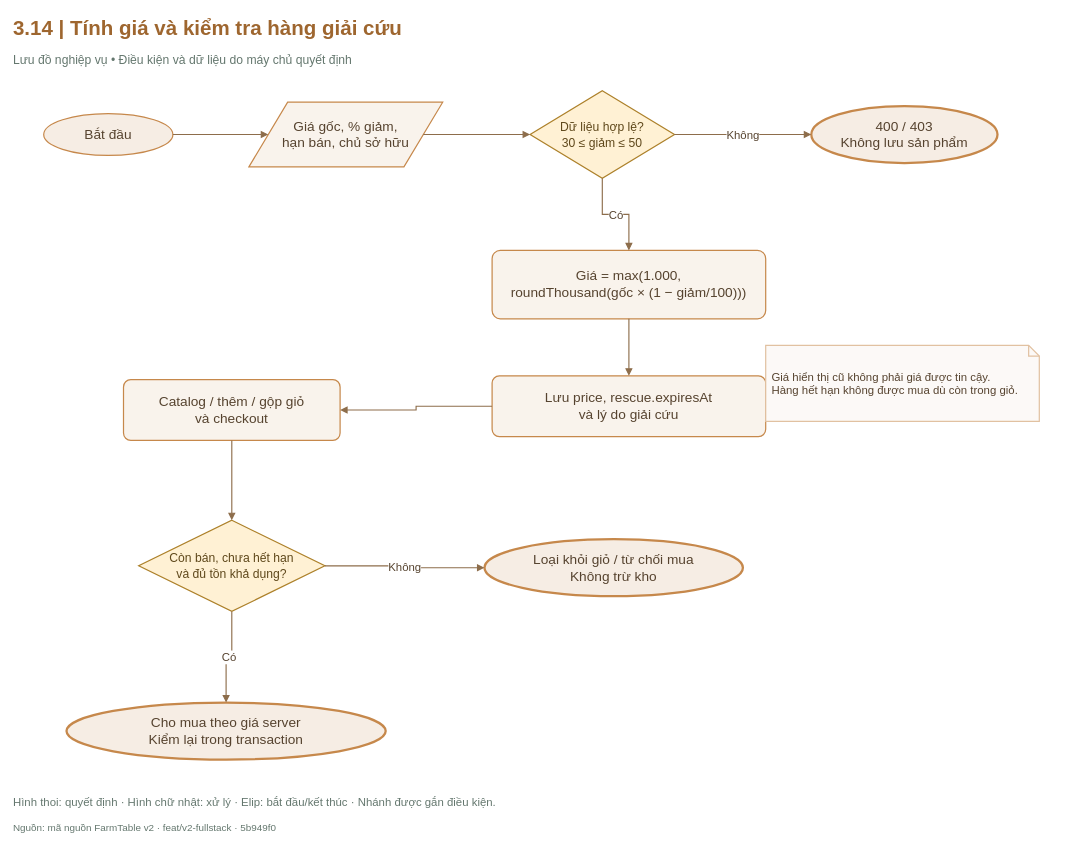
hathu1272006-eng/PTWnangcao keeps this draw.io diagram as FarmTable_Chuong3/So_do_BA/drawio/Hinh_3_14.drawio. Above is the earlier version. Source tidied: cells renumbered, new cells numbered last; positions are measured from the earlier drawing's top-left corner, leaving out a move shared by most shapes. Both pictures are drawn from the tidied source at 76%, with x=0, y=0 at pixel (13, 13).
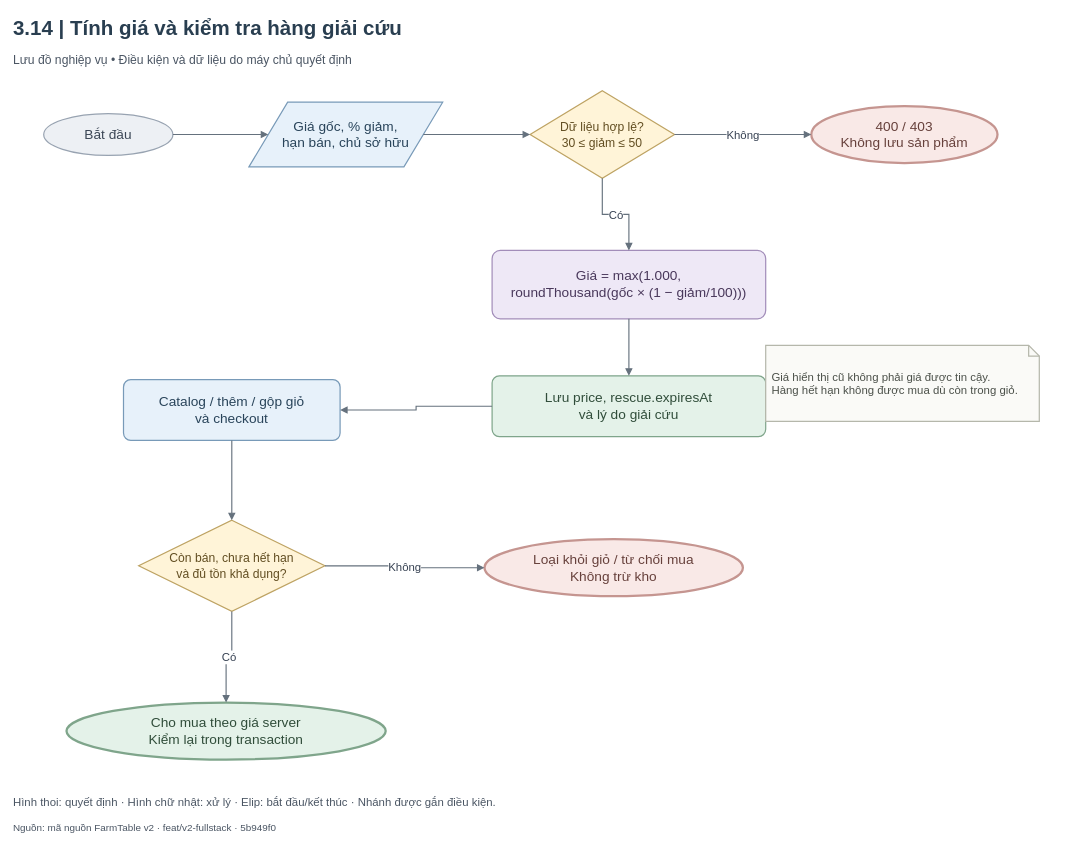
Above is the later version.

The edit, as a diff of the source:
```diff
@@
-    <mxCell id="2" value="3.14  |  Tính giá và kiểm tra hàng giải cứu" style="html=1;whiteSpace=wrap;fontFamily=Arial;fontSize=18;strokeColor=#245C47;strokeWidth=1.6;fillColor=#FFFFFF;spacing=8;text;strokeColor=none;fillColor=none;align=left;verticalAlign=middle;fontSize=27;fontStyle=1;spacing=0;fontColor=#9E662F;" parent="1" vertex="1">
+    <mxCell id="2" value="3.14  |  Tính giá và kiểm tra hàng giải cứu" style="html=1;whiteSpace=wrap;fontFamily=Arial;fontSize=18;strokeColor=#245C47;strokeWidth=1.6;fillColor=#FFFFFF;spacing=8;text;strokeColor=none;fillColor=none;align=left;verticalAlign=middle;fontSize=27;fontStyle=1;spacing=0;fontColor=#293E50;" parent="1" vertex="1">
       <mxGeometry width="1390" height="40" as="geometry" />
     </mxCell>
-    <mxCell id="3" value="Lưu đồ nghiệp vụ  •  Điều kiện và dữ liệu do máy chủ quyết định" style="html=1;whiteSpace=wrap;fontFamily=Arial;fontSize=18;fontColor=#243B32;strokeColor=#245C47;strokeWidth=1.6;fillColor=#FFFFFF;spacing=8;text;strokeColor=none;fillColor=none;align=left;verticalAlign=middle;fontSize=16;fontStyle=0;fontColor=#64776E;spacing=0;" parent="1" vertex="1">
+    <mxCell id="3" value="Lưu đồ nghiệp vụ  •  Điều kiện và dữ liệu do máy chủ quyết định" style="html=1;whiteSpace=wrap;fontFamily=Arial;fontSize=18;strokeColor=#245C47;strokeWidth=1.6;fillColor=#FFFFFF;spacing=8;text;strokeColor=none;fillColor=none;align=left;verticalAlign=middle;fontSize=16;fontStyle=0;spacing=0;fontColor=#4A5563;" parent="1" vertex="1">
       <mxGeometry y="47" width="1390" height="28" as="geometry" />
     </mxCell>
-    <mxCell id="4" value="Bắt đầu" style="html=1;whiteSpace=wrap;fontFamily=Arial;fontSize=18;strokeWidth=1.6;spacing=8;ellipse;fillColor=#F6EDE4;strokeColor=#C6884B;fontColor=#56432F;" parent="1" vertex="1">
+    <mxCell id="4" value="Bắt đầu" style="html=1;whiteSpace=wrap;fontFamily=Arial;fontSize=18;strokeWidth=1.6;spacing=8;ellipse;fillColor=#EDF0F4;strokeColor=#98A3B1;fontColor=#3B4655;" parent="1" vertex="1">
       <mxGeometry x="40" y="132" width="170" height="55" as="geometry" />
     </mxCell>
-    <mxCell id="5" value="Giá gốc, % giảm,&lt;br/&gt;hạn bán, chủ sở hữu" style="html=1;whiteSpace=wrap;fontFamily=Arial;fontSize=18;strokeWidth=1.6;spacing=8;shape=parallelogram;perimeter=parallelogramPerimeter;fillColor=#F9F3EC;strokeColor=#C6884B;fontColor=#56432F;" parent="1" vertex="1">
+    <mxCell id="5" value="Giá gốc, % giảm,&lt;br/&gt;hạn bán, chủ sở hữu" style="html=1;whiteSpace=wrap;fontFamily=Arial;fontSize=18;strokeWidth=1.6;spacing=8;shape=parallelogram;perimeter=parallelogramPerimeter;fillColor=#E7F1FA;strokeColor=#789AB8;fontColor=#29445A;" parent="1" vertex="1">
       <mxGeometry x="310" y="117" width="255" height="85" as="geometry" />
     </mxCell>
-    <mxCell id="6" value="Dữ liệu hợp lệ?&lt;br/&gt;30 ≤ giảm ≤ 50" style="html=1;whiteSpace=wrap;fontFamily=Arial;fontSize=18;strokeWidth=1.6;spacing=8;rhombus;fontSize=16;spacing=3;fillColor=#FFF1D4;strokeColor=#AD812A;fontColor=#5F481B;" parent="1" vertex="1">
+    <mxCell id="6" value="Dữ liệu hợp lệ?&lt;br/&gt;30 ≤ giảm ≤ 50" style="html=1;whiteSpace=wrap;fontFamily=Arial;fontSize=18;strokeWidth=1.6;spacing=8;rhombus;fontSize=16;spacing=3;fillColor=#FFF4D8;strokeColor=#BEA363;fontColor=#624E22;" parent="1" vertex="1">
       <mxGeometry x="680" y="102" width="190" height="115" as="geometry" />
     </mxCell>
-    <mxCell id="7" value="400 / 403&lt;br/&gt;Không lưu sản phẩm" style="html=1;whiteSpace=wrap;fontFamily=Arial;fontSize=18;strokeWidth=1.6;spacing=8;ellipse;strokeWidth=3;fillColor=#F6EDE4;strokeColor=#C6884B;fontColor=#56432F;" parent="1" vertex="1">
+    <mxCell id="7" value="400 / 403&lt;br/&gt;Không lưu sản phẩm" style="html=1;whiteSpace=wrap;fontFamily=Arial;fontSize=18;strokeWidth=1.6;spacing=8;ellipse;strokeWidth=3;fillColor=#F9E9E7;strokeColor=#C59590;fontColor=#67413C;" parent="1" vertex="1">
       <mxGeometry x="1050" y="122" width="245" height="75" as="geometry" />
     </mxCell>
-    <mxCell id="8" value="Giá = max(1.000,&lt;br/&gt;roundThousand(gốc × (1 − giảm/100)))" style="html=1;whiteSpace=wrap;fontFamily=Arial;fontSize=18;strokeWidth=1.6;spacing=8;rounded=1;arcSize=12;fillColor=#F9F3EC;strokeColor=#C6884B;fontColor=#56432F;" parent="1" vertex="1">
+    <mxCell id="8" value="Giá = max(1.000,&lt;br/&gt;roundThousand(gốc × (1 − giảm/100)))" style="html=1;whiteSpace=wrap;fontFamily=Arial;fontSize=18;strokeWidth=1.6;spacing=8;rounded=1;arcSize=12;fillColor=#EEE8F6;strokeColor=#A28DB9;fontColor=#49385B;" parent="1" vertex="1">
       <mxGeometry x="630" y="312" width="360" height="90" as="geometry" />
     </mxCell>
-    <mxCell id="9" value="Lưu price, rescue.expiresAt&lt;br/&gt;và lý do giải cứu" style="html=1;whiteSpace=wrap;fontFamily=Arial;fontSize=18;strokeWidth=1.6;spacing=8;rounded=1;arcSize=12;fillColor=#F9F3EC;strokeColor=#C6884B;fontColor=#56432F;" parent="1" vertex="1">
+    <mxCell id="9" value="Lưu price, rescue.expiresAt&lt;br/&gt;và lý do giải cứu" style="html=1;whiteSpace=wrap;fontFamily=Arial;fontSize=18;strokeWidth=1.6;spacing=8;rounded=1;arcSize=12;fillColor=#E4F2E9;strokeColor=#7FA58B;fontColor=#304D3A;" parent="1" vertex="1">
       <mxGeometry x="630" y="477" width="360" height="80" as="geometry" />
     </mxCell>
-    <mxCell id="10" value="Catalog / thêm / gộp giỏ&lt;br/&gt;và checkout" style="html=1;whiteSpace=wrap;fontFamily=Arial;fontSize=18;strokeWidth=1.6;spacing=8;rounded=1;arcSize=12;fillColor=#F9F3EC;strokeColor=#C6884B;fontColor=#56432F;" parent="1" vertex="1">
+    <mxCell id="10" value="Catalog / thêm / gộp giỏ&lt;br/&gt;và checkout" style="html=1;whiteSpace=wrap;fontFamily=Arial;fontSize=18;strokeWidth=1.6;spacing=8;rounded=1;arcSize=12;fillColor=#E7F1FA;strokeColor=#789AB8;fontColor=#29445A;" parent="1" vertex="1">
       <mxGeometry x="145" y="482" width="285" height="80" as="geometry" />
     </mxCell>
-    <mxCell id="11" value="Còn bán, chưa hết hạn&lt;br/&gt;và đủ tồn khả dụng?" style="html=1;whiteSpace=wrap;fontFamily=Arial;fontSize=18;strokeWidth=1.6;spacing=8;rhombus;fontSize=16;spacing=3;fillColor=#FFF1D4;strokeColor=#AD812A;fontColor=#5F481B;" parent="1" vertex="1">
+    <mxCell id="11" value="Còn bán, chưa hết hạn&lt;br/&gt;và đủ tồn khả dụng?" style="html=1;whiteSpace=wrap;fontFamily=Arial;fontSize=18;strokeWidth=1.6;spacing=8;rhombus;fontSize=16;spacing=3;fillColor=#FFF4D8;strokeColor=#BEA363;fontColor=#624E22;" parent="1" vertex="1">
       <mxGeometry x="165" y="667" width="245" height="120" as="geometry" />
     </mxCell>
-    <mxCell id="12" value="Loại khỏi giỏ / từ chối mua&lt;br/&gt;Không trừ kho" style="html=1;whiteSpace=wrap;fontFamily=Arial;fontSize=18;strokeWidth=1.6;spacing=8;ellipse;strokeWidth=3;fillColor=#F6EDE4;strokeColor=#C6884B;fontColor=#56432F;" parent="1" vertex="1">
+    <mxCell id="12" value="Loại khỏi giỏ / từ chối mua&lt;br/&gt;Không trừ kho" style="html=1;whiteSpace=wrap;fontFamily=Arial;fontSize=18;strokeWidth=1.6;spacing=8;ellipse;strokeWidth=3;fillColor=#F9E9E7;strokeColor=#C59590;fontColor=#67413C;" parent="1" vertex="1">
       <mxGeometry x="620" y="692" width="340" height="75" as="geometry" />
     </mxCell>
-    <mxCell id="13" value="Cho mua theo giá server&lt;br/&gt;Kiểm lại trong transaction" style="html=1;whiteSpace=wrap;fontFamily=Arial;fontSize=18;strokeWidth=1.6;spacing=8;ellipse;strokeWidth=3;fillColor=#F6EDE4;strokeColor=#C6884B;fontColor=#56432F;" parent="1" vertex="1">
+    <mxCell id="13" value="Cho mua theo giá server&lt;br/&gt;Kiểm lại trong transaction" style="html=1;whiteSpace=wrap;fontFamily=Arial;fontSize=18;strokeWidth=1.6;spacing=8;ellipse;strokeWidth=3;fillColor=#E4F2E9;strokeColor=#7FA58B;fontColor=#304D3A;" parent="1" vertex="1">
       <mxGeometry x="70" y="907" width="420" height="75" as="geometry" />
     </mxCell>
-    <mxCell id="14" style="edgeStyle=orthogonalEdgeStyle;rounded=0;jettySize=20;html=1;fontFamily=Arial;fontSize=15;labelBackgroundColor=#FFFFFF;strokeWidth=1.5;endArrow=block;endFill=1;exitX=1;exitY=0.5;entryX=0;entryY=0.5;exitDx=0;exitDy=0;entryDx=0;entryDy=0;strokeColor=#8D6D4B;fontColor=#56432F;" parent="1" edge="1" source="4" target="5">
+    <mxCell id="14" style="edgeStyle=orthogonalEdgeStyle;rounded=0;jettySize=20;html=1;fontFamily=Arial;fontSize=15;labelBackgroundColor=#FFFFFF;strokeWidth=1.5;endArrow=block;endFill=1;exitX=1;exitY=0.5;entryX=0;entryY=0.5;exitDx=0;exitDy=0;entryDx=0;entryDy=0;strokeColor=#65717D;fontColor=#364152;" parent="1" edge="1" source="4" target="5">
       <mxGeometry relative="1" as="geometry" />
     </mxCell>
-    <mxCell id="15" style="edgeStyle=orthogonalEdgeStyle;rounded=0;jettySize=20;html=1;fontFamily=Arial;fontSize=15;labelBackgroundColor=#FFFFFF;strokeWidth=1.5;endArrow=block;endFill=1;exitX=1;exitY=0.5;entryX=0;entryY=0.5;exitDx=0;exitDy=0;entryDx=0;entryDy=0;strokeColor=#8D6D4B;fontColor=#56432F;" parent="1" edge="1" source="5" target="6">
+    <mxCell id="15" style="edgeStyle=orthogonalEdgeStyle;rounded=0;jettySize=20;html=1;fontFamily=Arial;fontSize=15;labelBackgroundColor=#FFFFFF;strokeWidth=1.5;endArrow=block;endFill=1;exitX=1;exitY=0.5;entryX=0;entryY=0.5;exitDx=0;exitDy=0;entryDx=0;entryDy=0;strokeColor=#65717D;fontColor=#364152;" parent="1" edge="1" source="5" target="6">
       <mxGeometry relative="1" as="geometry" />
     </mxCell>
-    <mxCell id="16" value="Không" style="edgeStyle=orthogonalEdgeStyle;rounded=0;jettySize=20;html=1;fontFamily=Arial;fontSize=15;labelBackgroundColor=#FFFFFF;strokeWidth=1.5;endArrow=block;endFill=1;exitX=1;exitY=0.5;entryX=0;entryY=0.5;exitDx=0;exitDy=0;entryDx=0;entryDy=0;strokeColor=#8D6D4B;fontColor=#56432F;" parent="1" edge="1" source="6" target="7">
+    <mxCell id="16" value="Không" style="edgeStyle=orthogonalEdgeStyle;rounded=0;jettySize=20;html=1;fontFamily=Arial;fontSize=15;labelBackgroundColor=#FFFFFF;strokeWidth=1.5;endArrow=block;endFill=1;exitX=1;exitY=0.5;entryX=0;entryY=0.5;exitDx=0;exitDy=0;entryDx=0;entryDy=0;strokeColor=#65717D;fontColor=#364152;" parent="1" edge="1" source="6" target="7">
       <mxGeometry relative="1" as="geometry" />
     </mxCell>
-    <mxCell id="17" value="Có" style="edgeStyle=orthogonalEdgeStyle;rounded=0;jettySize=20;html=1;fontFamily=Arial;fontSize=15;labelBackgroundColor=#FFFFFF;strokeWidth=1.5;endArrow=block;endFill=1;exitX=0.5;exitY=1;entryX=0.5;entryY=0;exitDx=0;exitDy=0;entryDx=0;entryDy=0;strokeColor=#8D6D4B;fontColor=#56432F;" parent="1" edge="1" source="6" target="8">
+    <mxCell id="17" value="Có" style="edgeStyle=orthogonalEdgeStyle;rounded=0;jettySize=20;html=1;fontFamily=Arial;fontSize=15;labelBackgroundColor=#FFFFFF;strokeWidth=1.5;endArrow=block;endFill=1;exitX=0.5;exitY=1;entryX=0.5;entryY=0;exitDx=0;exitDy=0;entryDx=0;entryDy=0;strokeColor=#65717D;fontColor=#364152;" parent="1" edge="1" source="6" target="8">
       <mxGeometry relative="1" as="geometry" />
     </mxCell>
-    <mxCell id="18" style="edgeStyle=orthogonalEdgeStyle;rounded=0;jettySize=20;html=1;fontFamily=Arial;fontSize=15;labelBackgroundColor=#FFFFFF;strokeWidth=1.5;endArrow=block;endFill=1;exitX=0.5;exitY=1;entryX=0.5;entryY=0;exitDx=0;exitDy=0;entryDx=0;entryDy=0;strokeColor=#8D6D4B;fontColor=#56432F;" parent="1" edge="1" source="8" target="9">
+    <mxCell id="18" style="edgeStyle=orthogonalEdgeStyle;rounded=0;jettySize=20;html=1;fontFamily=Arial;fontSize=15;labelBackgroundColor=#FFFFFF;strokeWidth=1.5;endArrow=block;endFill=1;exitX=0.5;exitY=1;entryX=0.5;entryY=0;exitDx=0;exitDy=0;entryDx=0;entryDy=0;strokeColor=#65717D;fontColor=#364152;" parent="1" edge="1" source="8" target="9">
       <mxGeometry relative="1" as="geometry" />
     </mxCell>
-    <mxCell id="19" style="edgeStyle=orthogonalEdgeStyle;rounded=0;jettySize=20;html=1;fontFamily=Arial;fontSize=15;labelBackgroundColor=#FFFFFF;strokeWidth=1.5;endArrow=block;endFill=1;exitX=0;exitY=0.5;entryX=1;entryY=0.5;exitDx=0;exitDy=0;entryDx=0;entryDy=0;strokeColor=#8D6D4B;fontColor=#56432F;" parent="1" edge="1" source="9" target="10">
+    <mxCell id="19" style="edgeStyle=orthogonalEdgeStyle;rounded=0;jettySize=20;html=1;fontFamily=Arial;fontSize=15;labelBackgroundColor=#FFFFFF;strokeWidth=1.5;endArrow=block;endFill=1;exitX=0;exitY=0.5;entryX=1;entryY=0.5;exitDx=0;exitDy=0;entryDx=0;entryDy=0;strokeColor=#65717D;fontColor=#364152;" parent="1" edge="1" source="9" target="10">
       <mxGeometry relative="1" as="geometry" />
     </mxCell>
-    <mxCell id="20" style="edgeStyle=orthogonalEdgeStyle;rounded=0;jettySize=20;html=1;fontFamily=Arial;fontSize=15;labelBackgroundColor=#FFFFFF;strokeWidth=1.5;endArrow=block;endFill=1;exitX=0.5;exitY=1;entryX=0.5;entryY=0;exitDx=0;exitDy=0;entryDx=0;entryDy=0;strokeColor=#8D6D4B;fontColor=#56432F;" parent="1" edge="1" source="10" target="11">
+    <mxCell id="20" style="edgeStyle=orthogonalEdgeStyle;rounded=0;jettySize=20;html=1;fontFamily=Arial;fontSize=15;labelBackgroundColor=#FFFFFF;strokeWidth=1.5;endArrow=block;endFill=1;exitX=0.5;exitY=1;entryX=0.5;entryY=0;exitDx=0;exitDy=0;entryDx=0;entryDy=0;strokeColor=#65717D;fontColor=#364152;" parent="1" edge="1" source="10" target="11">
       <mxGeometry relative="1" as="geometry" />
     </mxCell>
-    <mxCell id="21" value="Không" style="edgeStyle=orthogonalEdgeStyle;rounded=0;jettySize=20;html=1;fontFamily=Arial;fontSize=15;labelBackgroundColor=#FFFFFF;strokeWidth=1.5;endArrow=block;endFill=1;exitX=1;exitY=0.5;entryX=0;entryY=0.5;exitDx=0;exitDy=0;entryDx=0;entryDy=0;strokeColor=#8D6D4B;fontColor=#56432F;" parent="1" edge="1" source="11" target="12">
+    <mxCell id="21" value="Không" style="edgeStyle=orthogonalEdgeStyle;rounded=0;jettySize=20;html=1;fontFamily=Arial;fontSize=15;labelBackgroundColor=#FFFFFF;strokeWidth=1.5;endArrow=block;endFill=1;exitX=1;exitY=0.5;entryX=0;entryY=0.5;exitDx=0;exitDy=0;entryDx=0;entryDy=0;strokeColor=#65717D;fontColor=#364152;" parent="1" edge="1" source="11" target="12">
       <mxGeometry relative="1" as="geometry" />
     </mxCell>
-    <mxCell id="22" value="Có" style="edgeStyle=orthogonalEdgeStyle;rounded=0;jettySize=20;html=1;fontFamily=Arial;fontSize=15;labelBackgroundColor=#FFFFFF;strokeWidth=1.5;endArrow=block;endFill=1;exitX=0.5;exitY=1;entryX=0.5;entryY=0;exitDx=0;exitDy=0;entryDx=0;entryDy=0;strokeColor=#8D6D4B;fontColor=#56432F;" parent="1" edge="1" source="11" target="13">
+    <mxCell id="22" value="Có" style="edgeStyle=orthogonalEdgeStyle;rounded=0;jettySize=20;html=1;fontFamily=Arial;fontSize=15;labelBackgroundColor=#FFFFFF;strokeWidth=1.5;endArrow=block;endFill=1;exitX=0.5;exitY=1;entryX=0.5;entryY=0;exitDx=0;exitDy=0;entryDx=0;entryDy=0;strokeColor=#65717D;fontColor=#364152;" parent="1" edge="1" source="11" target="13">
       <mxGeometry relative="1" as="geometry" />
     </mxCell>
-    <mxCell id="23" value="Giá hiển thị cũ không phải giá được tin cậy.&lt;br/&gt;Hàng hết hạn không được mua dù còn trong giỏ." style="html=1;whiteSpace=wrap;fontFamily=Arial;fontSize=18;strokeWidth=1.6;spacing=8;shape=note;size=14;align=left;fontSize=15;fillColor=#FCF9F7;strokeColor=#E1C1A1;fontColor=#56432F;" parent="1" vertex="1">
+    <mxCell id="23" value="Giá hiển thị cũ không phải giá được tin cậy.&lt;br/&gt;Hàng hết hạn không được mua dù còn trong giỏ." style="html=1;whiteSpace=wrap;fontFamily=Arial;fontSize=18;strokeWidth=1.6;spacing=8;shape=note;size=14;align=left;fontSize=15;fillColor=#FAFAF7;strokeColor=#B5B7AB;fontColor=#4B5049;" parent="1" vertex="1">
       <mxGeometry x="990" y="437" width="360" height="100" as="geometry" />
     </mxCell>
-    <mxCell id="24" value="Hình thoi: quyết định · Hình chữ nhật: xử lý · Elip: bắt đầu/kết thúc · Nhánh được gắn điều kiện." style="html=1;whiteSpace=wrap;fontFamily=Arial;fontSize=18;fontColor=#243B32;strokeColor=#245C47;strokeWidth=1.6;fillColor=#FFFFFF;spacing=8;text;strokeColor=none;fillColor=none;align=left;verticalAlign=middle;fontSize=15;fontStyle=0;fontColor=#64776E;spacing=0;" parent="1" vertex="1">
+    <mxCell id="24" value="Hình thoi: quyết định · Hình chữ nhật: xử lý · Elip: bắt đầu/kết thúc · Nhánh được gắn điều kiện." style="html=1;whiteSpace=wrap;fontFamily=Arial;fontSize=18;strokeColor=#245C47;strokeWidth=1.6;fillColor=#FFFFFF;spacing=8;text;strokeColor=none;fillColor=none;align=left;verticalAlign=middle;fontSize=15;fontStyle=0;spacing=0;fontColor=#4A5563;" parent="1" vertex="1">
       <mxGeometry y="1019" width="1390" height="35" as="geometry" />
     </mxCell>
-    <mxCell id="25" value="Nguồn: mã nguồn FarmTable v2 · feat/v2-fullstack · 5b949f0" style="html=1;whiteSpace=wrap;fontFamily=Arial;fontSize=18;fontColor=#243B32;strokeColor=#245C47;strokeWidth=1.6;fillColor=#FFFFFF;spacing=8;text;strokeColor=none;fillColor=none;align=left;verticalAlign=middle;fontSize=13;fontStyle=0;fontColor=#64776E;spacing=0;" parent="1" vertex="1">
+    <mxCell id="25" value="Nguồn: mã nguồn FarmTable v2 · feat/v2-fullstack · 5b949f0" style="html=1;whiteSpace=wrap;fontFamily=Arial;fontSize=18;strokeColor=#245C47;strokeWidth=1.6;fillColor=#FFFFFF;spacing=8;text;strokeColor=none;fillColor=none;align=left;verticalAlign=middle;fontSize=13;fontStyle=0;spacing=0;fontColor=#4A5563;" parent="1" vertex="1">
       <mxGeometry y="1060" width="1390" height="24" as="geometry" />
     </mxCell>
```
